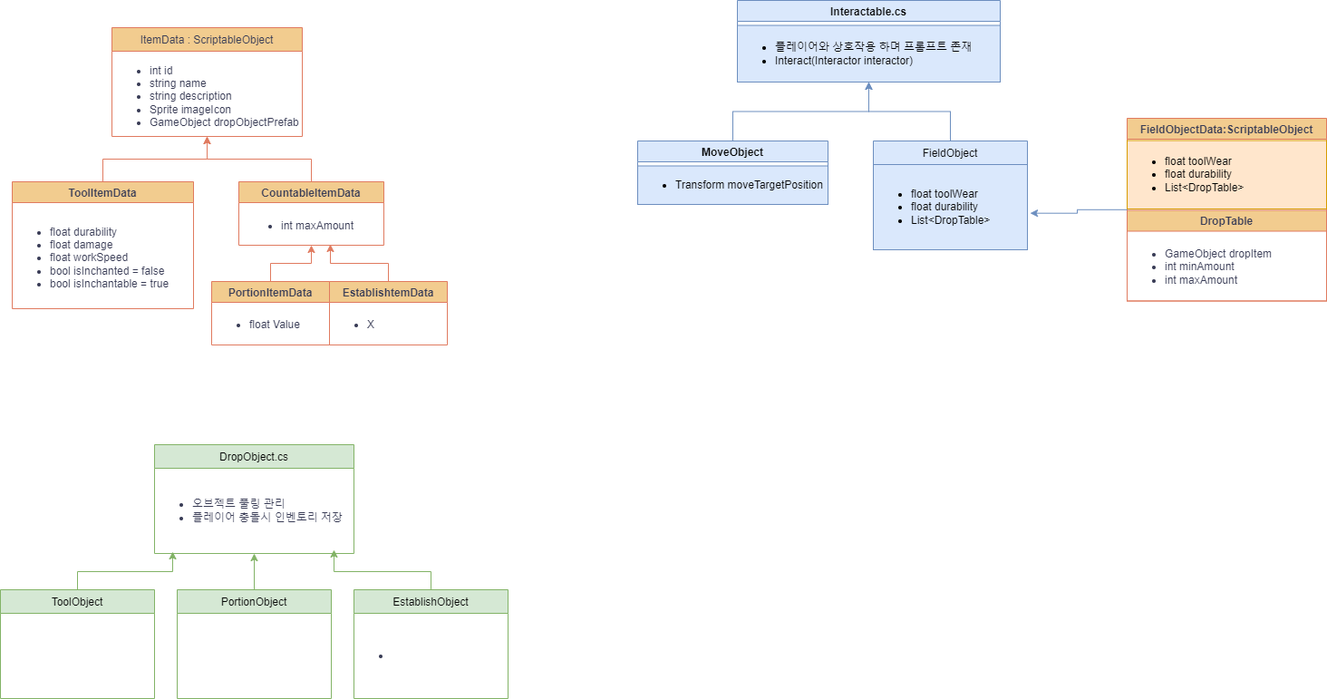
Before: 제목 없는 다이어그램.drawio.png, a diagram exported from draw.io (hae-seung/ddolking). Source tidied: cells renumbered, new cells last; positions are measured from the earlier drawing's top-left corner, leaving out a move shared by most shapes.
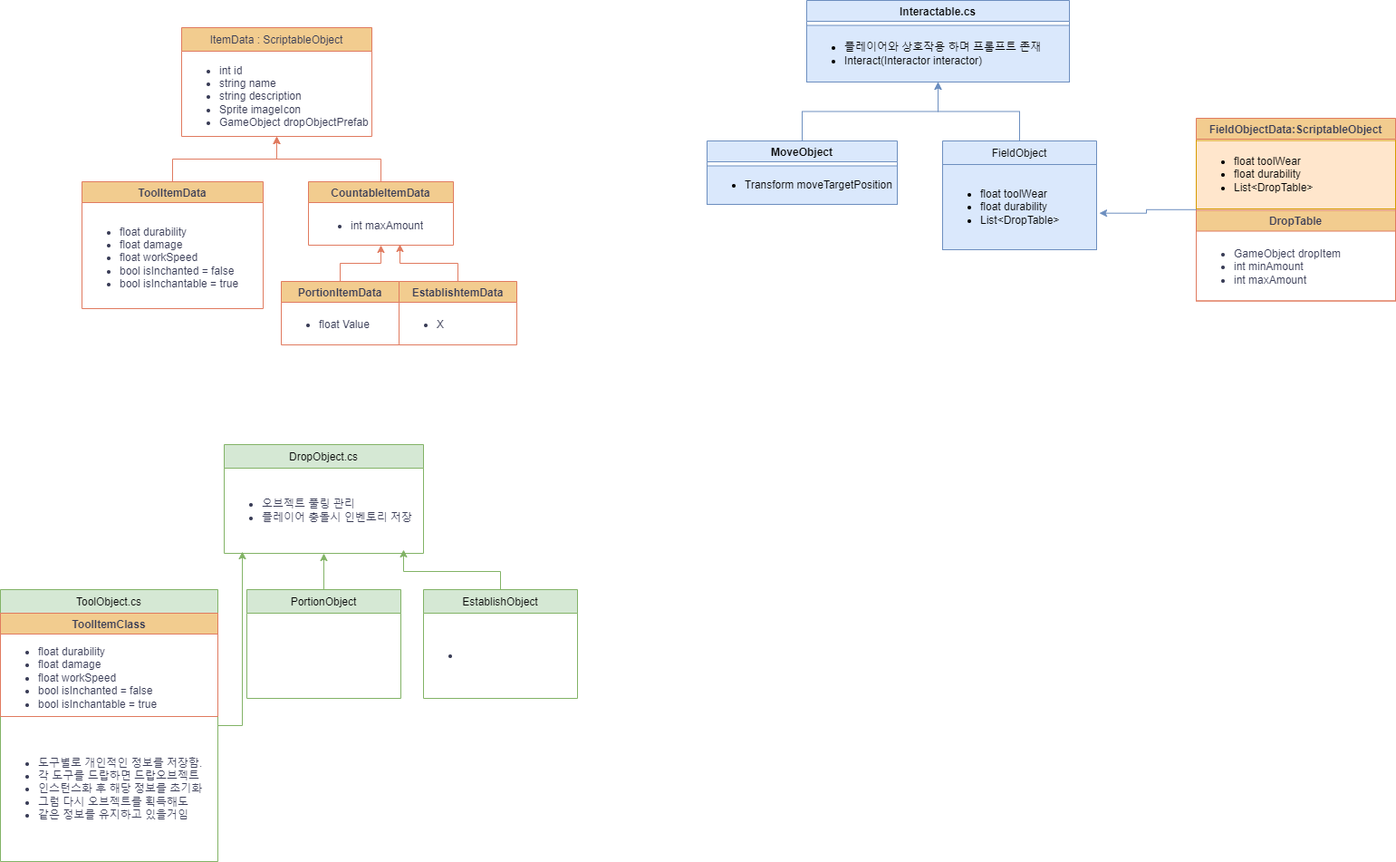
After the commit.

What changed in the source:
```diff
@@ -83,9 +83,18 @@
     <mxCell id="28" value="&lt;ul&gt;&lt;li&gt;오브젝트 풀링 관리&lt;/li&gt;&lt;li&gt;플레이어 충돌시 인벤토리 저장&lt;/li&gt;&lt;/ul&gt;" style="text;strokeColor=none;fillColor=none;html=1;whiteSpace=wrap;verticalAlign=middle;overflow=hidden;fontColor=#393C56;" parent="27" vertex="1">
       <mxGeometry y="26" width="220" height="94" as="geometry" />
     </mxCell>
-    <mxCell id="29" value="ToolObject" style="swimlane;fontStyle=0;align=center;verticalAlign=top;horizontal=1;startSize=26;rounded=0;shadow=0;strokeWidth=1;labelBackgroundColor=none;fillColor=#d5e8d4;strokeColor=#82b366;" parent="1" vertex="1">
-      <mxGeometry y="650" width="170" height="120" as="geometry" />
+    <mxCell id="29" value="ToolObject.cs" style="swimlane;fontStyle=0;align=center;verticalAlign=top;horizontal=1;startSize=26;rounded=0;shadow=0;strokeWidth=1;labelBackgroundColor=none;fillColor=#d5e8d4;strokeColor=#82b366;" parent="1" vertex="1">
+      <mxGeometry x="-77" y="650" width="240" height="300" as="geometry" />
     </mxCell>
+    <mxCell id="39" value="ToolItemClass" style="swimlane;strokeColor=#E07A5F;fontColor=#393C56;fillColor=#F2CC8F;" parent="29" vertex="1">
+      <mxGeometry y="26" width="240" height="114" as="geometry" />
+    </mxCell>
+    <mxCell id="40" value="&lt;ul&gt;&lt;li&gt;float durability&lt;/li&gt;&lt;li&gt;float damage&lt;/li&gt;&lt;li&gt;float workSpeed&lt;/li&gt;&lt;li&gt;bool isInchanted = false&lt;/li&gt;&lt;li&gt;bool isInchantable = true&lt;/li&gt;&lt;/ul&gt;" style="text;strokeColor=none;fillColor=none;html=1;whiteSpace=wrap;verticalAlign=middle;overflow=hidden;fontColor=#393C56;" parent="39" vertex="1">
+      <mxGeometry y="21.5" width="240" height="88.5" as="geometry" />
+    </mxCell>
+    <mxCell id="41" value="&lt;ul&gt;&lt;li&gt;도구별로 개인적인 정보를 저장함.&lt;/li&gt;&lt;li&gt;각 도구를 드랍하면 드랍오브젝트&amp;nbsp;&lt;/li&gt;&lt;li&gt;인스턴스화 후 해당 정보를 초기화&amp;nbsp;&lt;/li&gt;&lt;li&gt;그럼 다시 오브젝트를 획득해도&amp;nbsp;&lt;/li&gt;&lt;li&gt;같은 정보를 유지하고 있을거임&lt;/li&gt;&lt;/ul&gt;" style="text;strokeColor=none;fillColor=none;html=1;whiteSpace=wrap;verticalAlign=middle;overflow=hidden;fontColor=#393C56;" parent="29" vertex="1">
+      <mxGeometry y="140" width="240" height="160" as="geometry" />
+    </mxCell>
     <mxCell id="30" value="EstablishtemData" style="swimlane;strokeColor=#E07A5F;fontColor=#393C56;fillColor=#F2CC8F;startSize=23;" parent="1" vertex="1">
       <mxGeometry x="363" y="310" width="130" height="70" as="geometry" />
     </mxCell>
```
